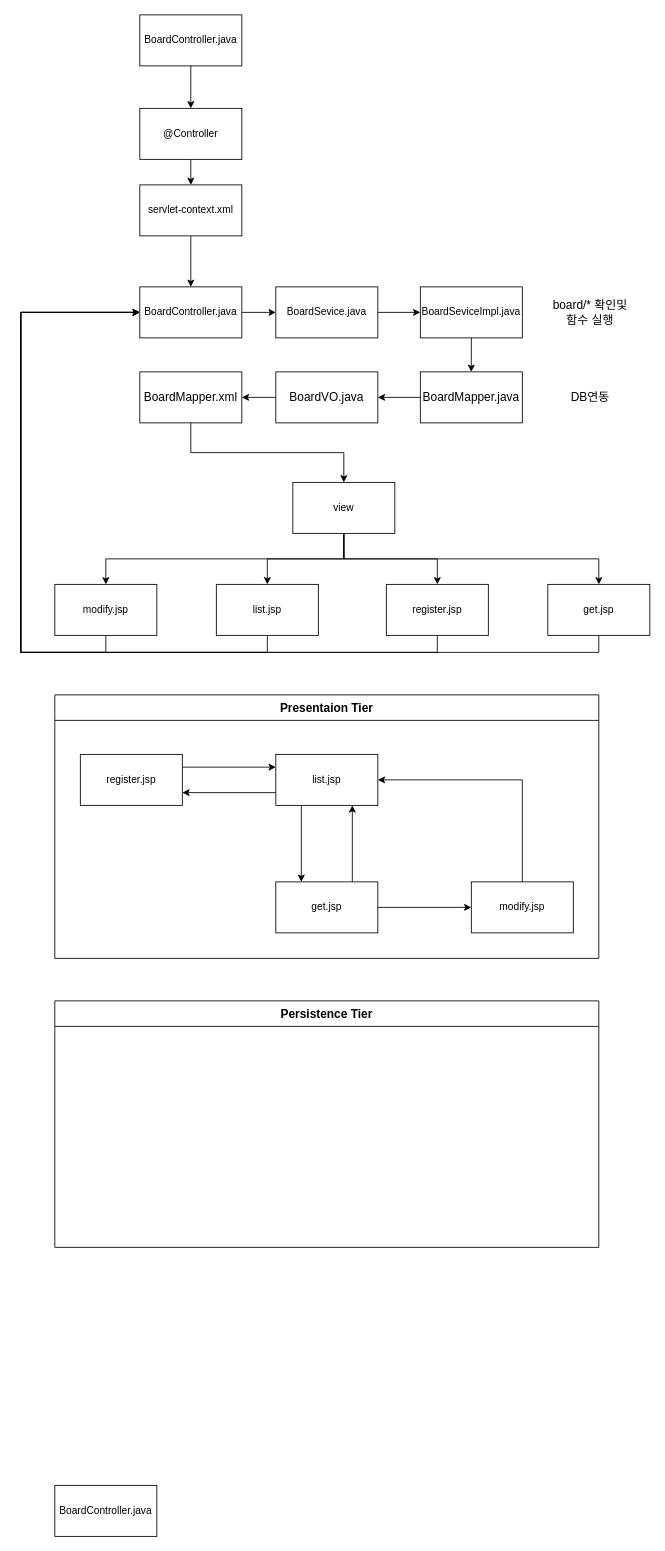
Earlier version of the draw.io diagram web page.drawio (wpvspv/Spring). Source tidied: cells renumbered, new cells numbered last; positions are measured from the earlier drawing's top-left corner, leaving out a move shared by most shapes. Both pictures are drawn from the tidied source at 85%, with x=0, y=0 at pixel (20, 14).
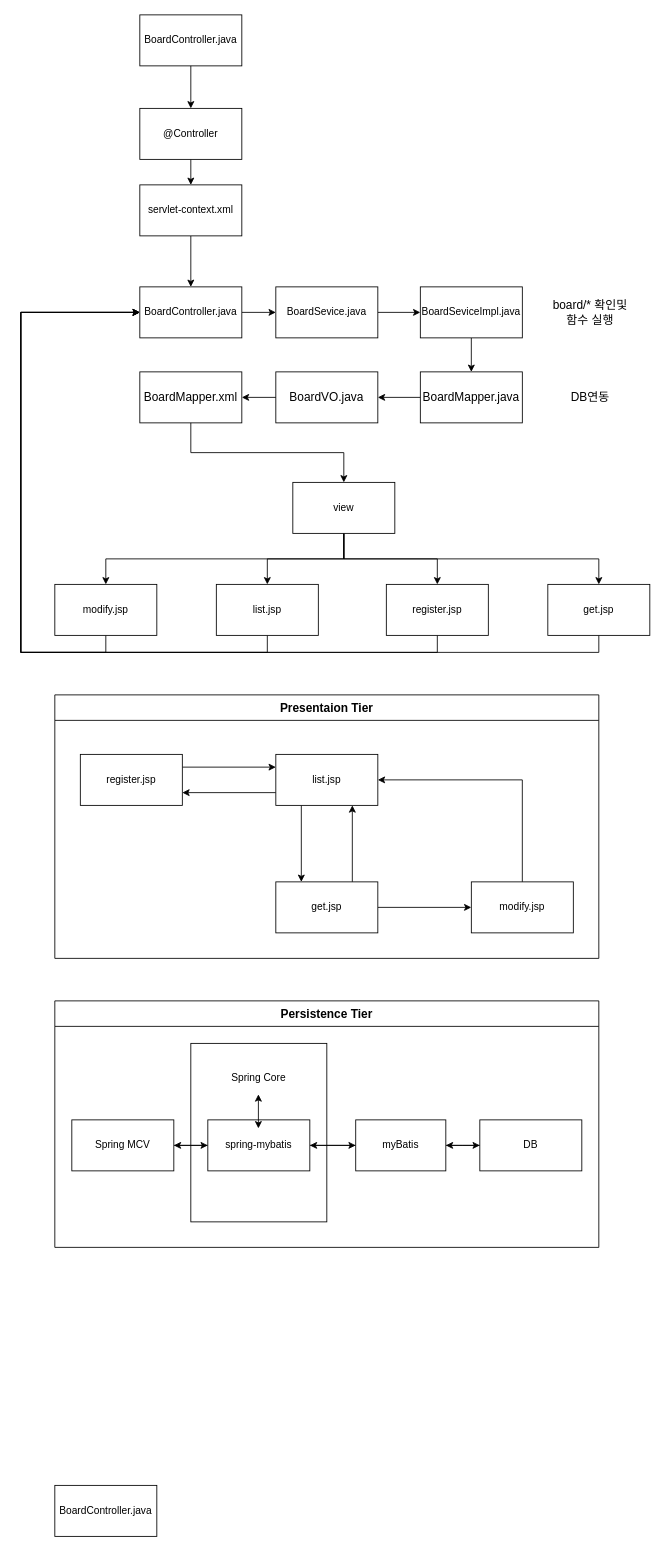
Above is the later version.

The change refers to these unchanged cells:
```xml
<mxCell id="31" value="Persistence Tier" style="swimlane;fillColor=none;fontSize=14;startSize=30;" parent="1" vertex="1">
  <mxGeometry x="40" y="1160" width="640" height="290" as="geometry" />
</mxCell>
```

The edit, as a diff of the source:
```diff
@@
+    <mxCell id="48" style="edgeStyle=orthogonalEdgeStyle;rounded=0;jettySize=auto;html=1;exitX=1;exitY=0.5;exitDx=0;exitDy=0;entryX=0;entryY=0.5;entryDx=0;entryDy=0;" parent="31" edge="1" source="49" target="52">
+      <mxGeometry relative="1" as="geometry" />
+    </mxCell>
+    <mxCell id="49" value="Spring MCV" style="rounded=0;whiteSpace=wrap;html=1;" parent="31" vertex="1">
+      <mxGeometry x="20" y="140" width="120" height="60" as="geometry" />
+    </mxCell>
+    <mxCell id="50" style="edgeStyle=orthogonalEdgeStyle;rounded=0;jettySize=auto;html=1;exitX=1;exitY=0.5;exitDx=0;exitDy=0;entryX=0;entryY=0.5;entryDx=0;entryDy=0;" parent="31" edge="1" source="52" target="55">
+      <mxGeometry relative="1" as="geometry" />
+    </mxCell>
+    <mxCell id="51" style="edgeStyle=orthogonalEdgeStyle;rounded=0;jettySize=auto;html=1;exitX=0;exitY=0.5;exitDx=0;exitDy=0;entryX=1;entryY=0.5;entryDx=0;entryDy=0;" parent="31" edge="1" source="52" target="49">
+      <mxGeometry relative="1" as="geometry" />
+    </mxCell>
+    <mxCell id="52" value="spring-mybatis" style="rounded=0;whiteSpace=wrap;html=1;" parent="31" vertex="1">
+      <mxGeometry x="180" y="140" width="120" height="60" as="geometry" />
+    </mxCell>
+    <mxCell id="53" style="edgeStyle=orthogonalEdgeStyle;rounded=0;jettySize=auto;html=1;exitX=1;exitY=0.5;exitDx=0;exitDy=0;entryX=0;entryY=0.5;entryDx=0;entryDy=0;" parent="31" edge="1" source="55" target="56">
+      <mxGeometry relative="1" as="geometry" />
+    </mxCell>
+    <mxCell id="54" style="edgeStyle=orthogonalEdgeStyle;rounded=0;jettySize=auto;html=1;exitX=0;exitY=0.5;exitDx=0;exitDy=0;entryX=1;entryY=0.5;entryDx=0;entryDy=0;" parent="31" edge="1" source="55" target="52">
+      <mxGeometry relative="1" as="geometry" />
+    </mxCell>
+    <mxCell id="55" value="myBatis" style="rounded=0;whiteSpace=wrap;html=1;" parent="31" vertex="1">
+      <mxGeometry x="354" y="140" width="106" height="60" as="geometry" />
+    </mxCell>
+    <mxCell id="56" value="DB" style="rounded=0;whiteSpace=wrap;html=1;" parent="31" vertex="1">
+      <mxGeometry x="500" y="140" width="120" height="60" as="geometry" />
+    </mxCell>
+    <mxCell id="57" value="Spring Core&lt;br&gt;&lt;br&gt;&lt;br&gt;&lt;br&gt;&lt;br&gt;&lt;br&gt;&lt;br&gt;&lt;br&gt;&lt;br&gt;&lt;br&gt;" style="rounded=0;whiteSpace=wrap;html=1;fillColor=none;" parent="31" vertex="1">
+      <mxGeometry x="160" y="50" width="160" height="210" as="geometry" />
+    </mxCell>
+    <mxCell id="58" style="edgeStyle=orthogonalEdgeStyle;rounded=0;orthogonalLoop=1;jettySize=auto;html=1;exitX=0.5;exitY=1;exitDx=0;exitDy=0;" parent="31" edge="1" source="57" target="57">
+      <mxGeometry relative="1" as="geometry" />
+    </mxCell>
+    <mxCell id="59" style="endArrow=classic;startArrow=classic;html=1;" parent="31" edge="1">
+      <mxGeometry relative="1" as="geometry">
+        <mxPoint x="239.5" y="150" as="sourcePoint" />
+        <mxPoint x="239.5" y="110" as="targetPoint" />
+      </mxGeometry>
+    </mxCell>
@@
+    <mxCell id="60" style="edgeStyle=orthogonalEdgeStyle;rounded=0;jettySize=auto;html=1;exitX=0;exitY=0.5;exitDx=0;exitDy=0;" parent="1" edge="1" source="56">
+      <mxGeometry relative="1" as="geometry">
+        <mxPoint x="500" y="1330" as="targetPoint" />
+      </mxGeometry>
+    </mxCell>
```
